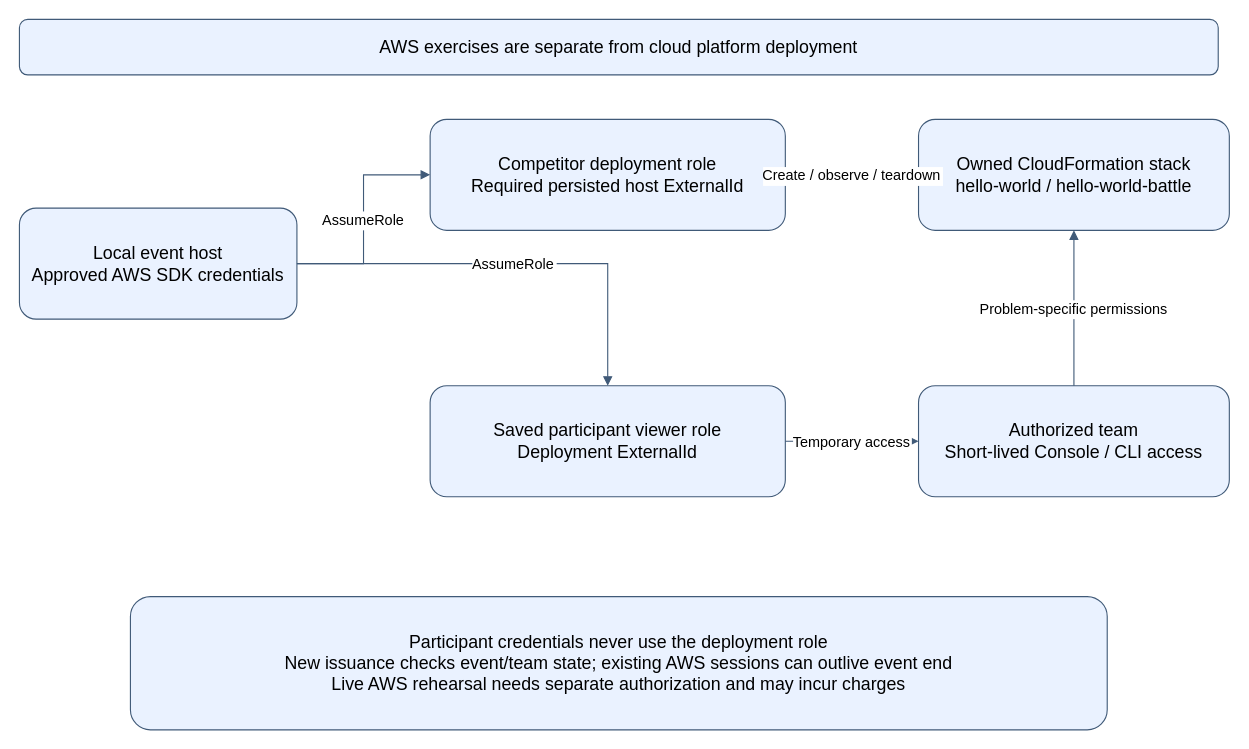
Before: page "02 Cloud-only AWS exercises" (2 of 3) of docs/architecture/diagrams/system-architecture.drawio in susumutomita/TenkaCloud, a draw.io diagram. Source tidied: cells renumbered, new cells numbered last; positions are measured from the earlier drawing's top-left corner, leaving out a move shared by most shapes. Both pictures are drawn from the tidied source at 111%, with x=0, y=0 at pixel (19, 19).
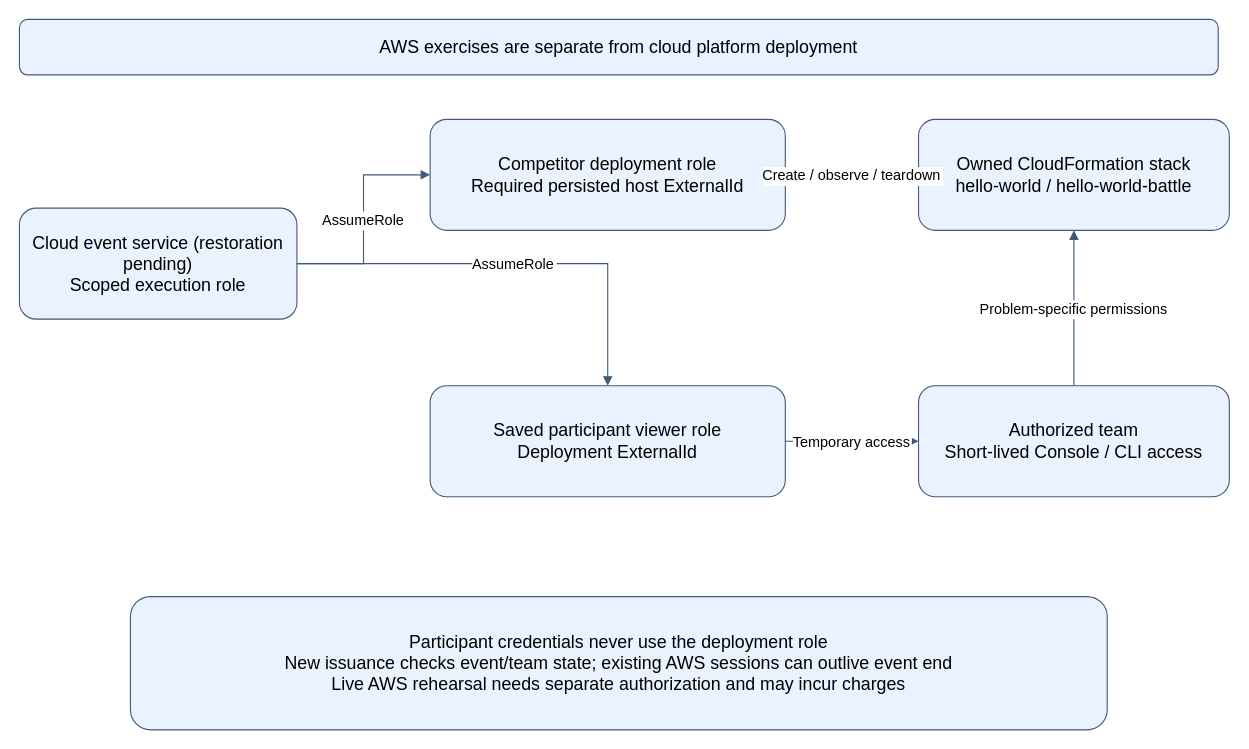
The same page after the edit.

Change to the diagram source:
```diff
@@
 <mxGraphModel>
   <root>
     <mxCell id="0" />
     <mxCell id="1" parent="0" />
     <mxCell id="2" value="AWS exercises are separate from cloud platform deployment" style="rounded=1;whiteSpace=wrap;html=0;fillColor=#eaf2ff;strokeColor=#405a78;fontSize=16;" parent="1" vertex="1">
       <mxGeometry width="1080" height="50" as="geometry" />
     </mxCell>
-    <mxCell id="3" value="Local event host&#10;Approved AWS SDK credentials" style="rounded=1;whiteSpace=wrap;html=0;fillColor=#eaf2ff;strokeColor=#405a78;fontSize=16;" parent="1" vertex="1">
+    <mxCell id="3" value="Cloud event service (restoration pending)&#10;Scoped execution role" style="rounded=1;whiteSpace=wrap;html=0;fillColor=#eaf2ff;strokeColor=#405a78;fontSize=16;" parent="1" vertex="1">
       <mxGeometry y="170" width="250" height="100" as="geometry" />
     </mxCell>
     <mxCell id="4" value="Competitor deployment role&#10;Required persisted host ExternalId" style="rounded=1;whiteSpace=wrap;html=0;fillColor=#eaf2ff;strokeColor=#405a78;fontSize=16;" parent="1" vertex="1">
       <mxGeometry x="370" y="90" width="320" height="100" as="geometry" />
     </mxCell>
     <mxCell id="5" value="Saved participant viewer role&#10;Deployment ExternalId" style="rounded=1;whiteSpace=wrap;html=0;fillColor=#eaf2ff;strokeColor=#405a78;fontSize=16;" parent="1" vertex="1">
       <mxGeometry x="370" y="330" width="320" height="100" as="geometry" />
     </mxCell>
     <mxCell id="6" value="Owned CloudFormation stack&#10;hello-world / hello-world-battle" style="rounded=1;whiteSpace=wrap;html=0;fillColor=#eaf2ff;strokeColor=#405a78;fontSize=16;" parent="1" vertex="1">
       <mxGeometry x="810" y="90" width="280" height="100" as="geometry" />
     </mxCell>
     <mxCell id="7" value="Authorized team&#10;Short-lived Console / CLI access" style="rounded=1;whiteSpace=wrap;html=0;fillColor=#eaf2ff;strokeColor=#405a78;fontSize=16;" parent="1" vertex="1">
       <mxGeometry x="810" y="330" width="280" height="100" as="geometry" />
     </mxCell>
     <mxCell id="8" value="Participant credentials never use the deployment role&#10;New issuance checks event/team state; existing AWS sessions can outlive event end&#10;Live AWS rehearsal needs separate authorization and may incur charges" style="rounded=1;whiteSpace=wrap;html=0;fillColor=#eaf2ff;strokeColor=#405a78;fontSize=16;" parent="1" vertex="1">
       <mxGeometry x="100" y="520" width="880" height="120" as="geometry" />
     </mxCell>
     <mxCell id="9" value="AssumeRole" style="edgeStyle=orthogonalEdgeStyle;rounded=0;endArrow=block;html=0;strokeColor=#405a78;fontSize=13;" parent="1" edge="1" source="3" target="4">
       <mxGeometry relative="1" as="geometry" />
     </mxCell>
     <mxCell id="10" value="Create / observe / teardown" style="edgeStyle=orthogonalEdgeStyle;rounded=0;endArrow=block;html=0;strokeColor=#405a78;fontSize=13;" parent="1" edge="1" source="4" target="6">
       <mxGeometry relative="1" as="geometry" />
     </mxCell>
     <mxCell id="11" value="AssumeRole" style="edgeStyle=orthogonalEdgeStyle;rounded=0;endArrow=block;html=0;strokeColor=#405a78;fontSize=13;" parent="1" edge="1" source="3" target="5">
       <mxGeometry relative="1" as="geometry" />
     </mxCell>
     <mxCell id="12" value="Temporary access" style="edgeStyle=orthogonalEdgeStyle;rounded=0;endArrow=block;html=0;strokeColor=#405a78;fontSize=13;" parent="1" edge="1" source="5" target="7">
       <mxGeometry relative="1" as="geometry" />
     </mxCell>
     <mxCell id="13" value="Problem-specific permissions" style="edgeStyle=orthogonalEdgeStyle;rounded=0;endArrow=block;html=0;strokeColor=#405a78;fontSize=13;" parent="1" edge="1" source="7" target="6">
       <mxGeometry relative="1" as="geometry" />
     </mxCell>
   </root>
 </mxGraphModel>
```
